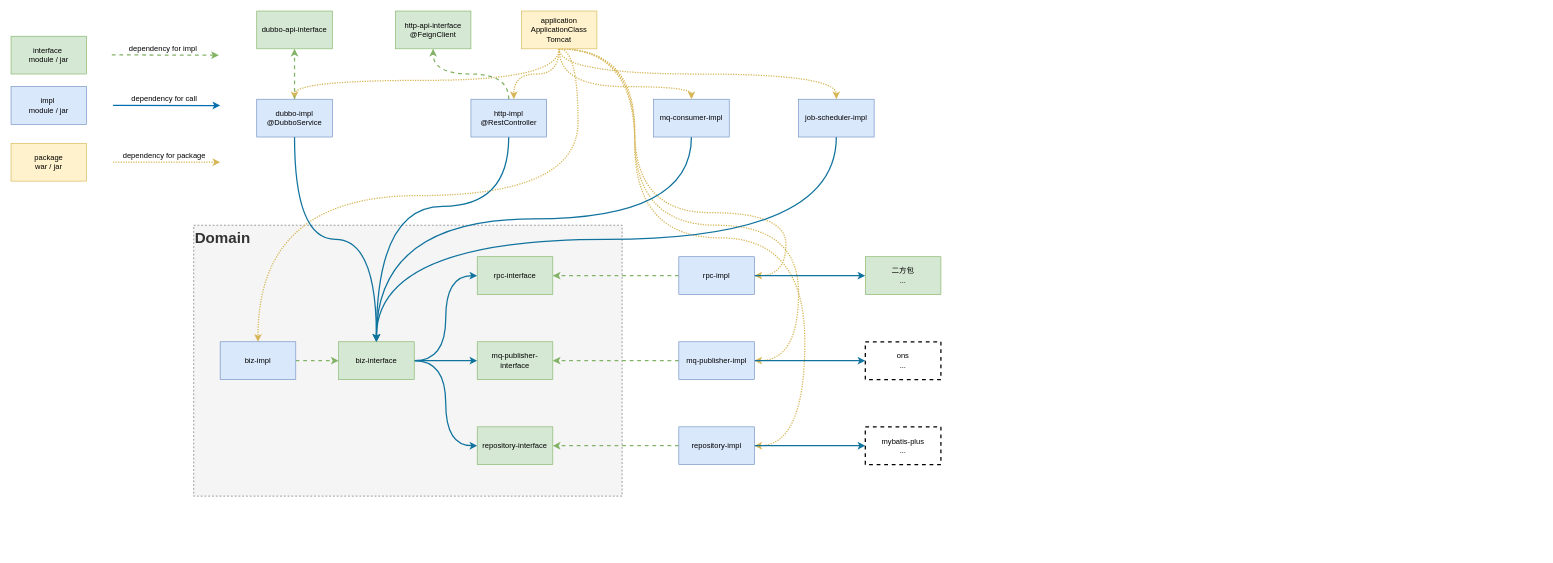
Earlier version of the draw.io diagram 传易二代脚手架.drawio (catface996/images). Source tidied: cells renumbered, new cells numbered last; positions are measured from the earlier drawing's top-left corner, leaving out a move shared by most shapes. Both pictures are drawn from the tidied source at 63%, with x=0, y=0 at pixel (11, 11).
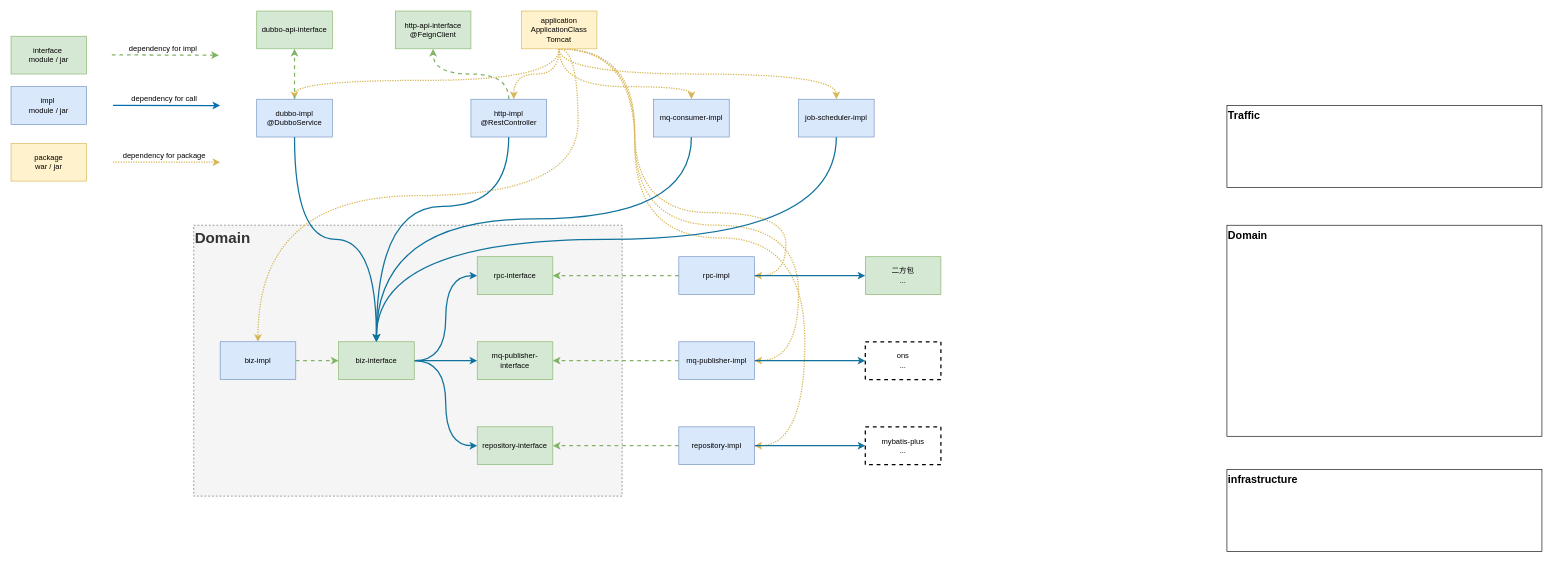
Above is the later version.

Commit message:
更新传易二代脚手架.drawio

The edit, as a diff of the source:
```diff
@@
+    <mxCell id="54" value="Traffic" style="rounded=0;whiteSpace=wrap;html=1;verticalAlign=top;align=left;fontStyle=1;fontSize=17;" parent="1" vertex="1">
+      <mxGeometry x="1930" y="150" width="500" height="130" as="geometry" />
+    </mxCell>
+    <mxCell id="55" value="Domain" style="rounded=0;whiteSpace=wrap;html=1;fontStyle=1;fontSize=17;verticalAlign=top;align=left;" parent="1" vertex="1">
+      <mxGeometry x="1930" y="340" width="500" height="335" as="geometry" />
+    </mxCell>
+    <mxCell id="56" value="infrastructure" style="rounded=0;whiteSpace=wrap;html=1;fontStyle=1;verticalAlign=top;align=left;fontSize=17;" parent="1" vertex="1">
+      <mxGeometry x="1930" y="728" width="500" height="130" as="geometry" />
+    </mxCell>
```
